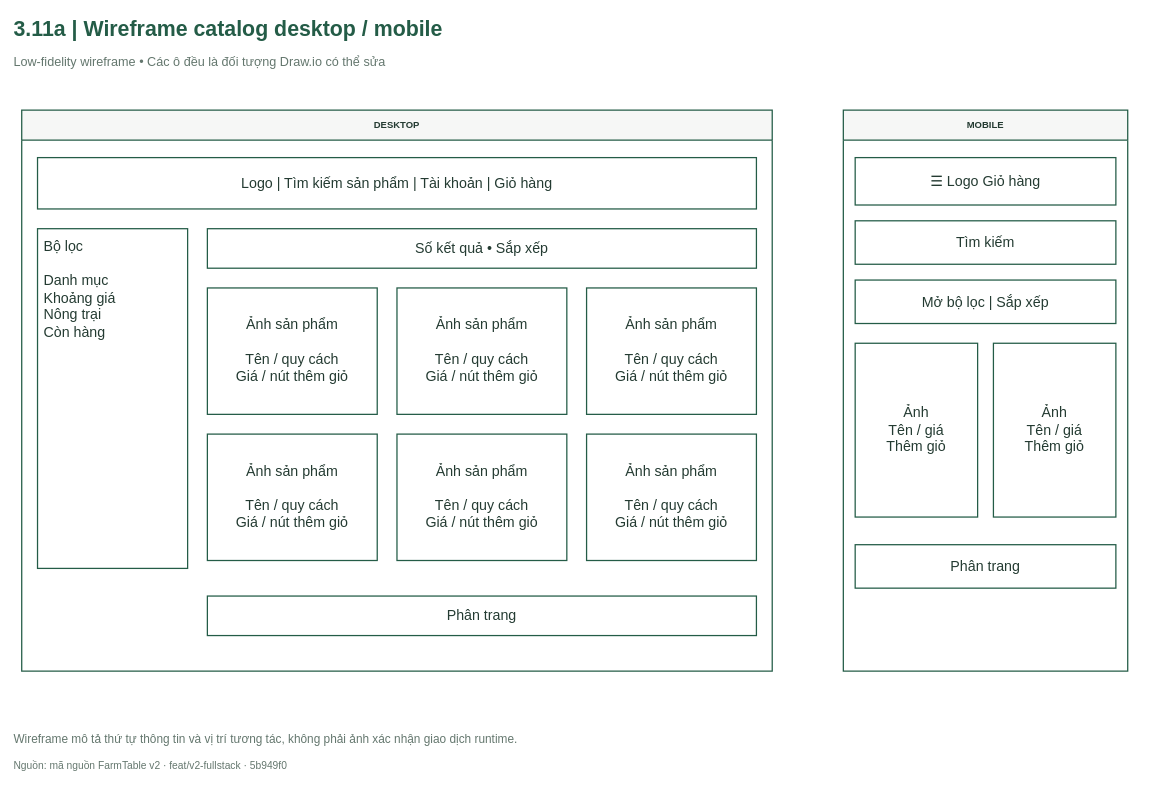
Earlier version of the draw.io diagram FarmTable_Chuong3/So_do_BA/drawio/Hinh_3_11a.drawio (hathu1272006-eng/PTWnangcao). Source tidied: cells renumbered, new cells numbered last; positions are measured from the earlier drawing's top-left corner, leaving out a move shared by most shapes. Both pictures are drawn from the tidied source at 79%, with x=0, y=0 at pixel (13, 13).
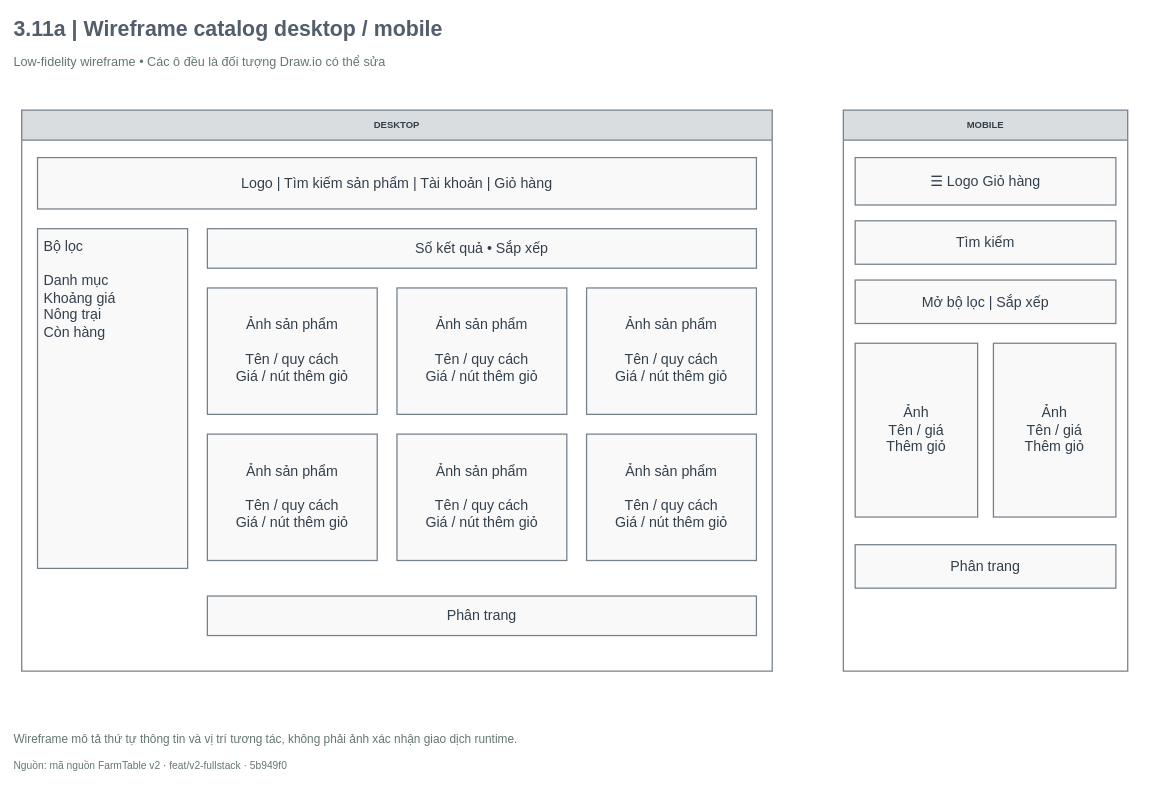
After the change.

What changed in the source:
```diff
@@
-    <mxCell id="2" value="3.11a  |  Wireframe catalog desktop / mobile" style="html=1;whiteSpace=wrap;fontFamily=Arial;fontSize=18;fontColor=#243B32;strokeColor=#245C47;strokeWidth=1.6;fillColor=#FFFFFF;spacing=8;text;strokeColor=none;fillColor=none;align=left;verticalAlign=middle;fontSize=27;fontStyle=1;fontColor=#245C47;spacing=0;" parent="1" vertex="1">
+    <mxCell id="2" value="3.11a  |  Wireframe catalog desktop / mobile" style="html=1;whiteSpace=wrap;fontFamily=Arial;fontSize=18;strokeColor=#245C47;strokeWidth=1.6;fillColor=#FFFFFF;spacing=8;text;strokeColor=none;fillColor=none;align=left;verticalAlign=middle;fontSize=27;fontStyle=1;spacing=0;fontColor=#525E6B;" parent="1" vertex="1">
       <mxGeometry width="1440" height="40" as="geometry" />
     </mxCell>
@@
-    <mxCell id="4" value="DESKTOP" style="html=1;whiteSpace=wrap;fontFamily=Arial;fontSize=18;fontColor=#243B32;strokeColor=#245C47;strokeWidth=1.6;fillColor=#FFFFFF;spacing=8;swimlane;startSize=38;horizontal=1;fillColor=#F6F7F6;fontStyle=1;" parent="1" vertex="1">
+    <mxCell id="4" value="DESKTOP" style="html=1;whiteSpace=wrap;fontFamily=Arial;fontSize=18;strokeWidth=1.6;spacing=8;swimlane;startSize=38;horizontal=1;fontStyle=1;fillColor=#DADDE0;strokeColor=#76808A;fontColor=#333F4A;swimlaneFillColor=#FFFFFF;" parent="1" vertex="1">
       <mxGeometry x="10" y="122" width="950" height="710" as="geometry" />
     </mxCell>
-    <mxCell id="5" value="MOBILE" style="html=1;whiteSpace=wrap;fontFamily=Arial;fontSize=18;fontColor=#243B32;strokeColor=#245C47;strokeWidth=1.6;fillColor=#FFFFFF;spacing=8;swimlane;startSize=38;horizontal=1;fillColor=#F6F7F6;fontStyle=1;" parent="1" vertex="1">
-      <mxGeometry x="1050" y="122" width="360" height="710" as="geometry" />
-    </mxCell>
-    <mxCell id="6" value="Logo   |   Tìm kiếm sản phẩm   |   Tài khoản   |   Giỏ hàng" style="html=1;whiteSpace=wrap;fontFamily=Arial;fontSize=18;fontColor=#243B32;strokeColor=#245C47;strokeWidth=1.6;fillColor=#FFFFFF;spacing=8;rounded=0;fillColor=#FFFFFF;" parent="4" vertex="1">
+    <mxCell id="6" value="Logo   |   Tìm kiếm sản phẩm   |   Tài khoản   |   Giỏ hàng" style="html=1;whiteSpace=wrap;fontFamily=Arial;fontSize=18;strokeWidth=1.6;spacing=8;rounded=0;fillColor=#F9F9FA;strokeColor=#76808A;fontColor=#333F4A;" parent="4" vertex="1">
       <mxGeometry x="20" y="60" width="910" height="65" as="geometry" />
     </mxCell>
-    <mxCell id="7" value="Bộ lọc&lt;br/&gt;&lt;br/&gt;Danh mục&lt;br/&gt;Khoảng giá&lt;br/&gt;Nông trại&lt;br/&gt;Còn hàng" style="html=1;whiteSpace=wrap;fontFamily=Arial;fontSize=18;fontColor=#243B32;strokeColor=#245C47;strokeWidth=1.6;fillColor=#FFFFFF;spacing=8;rounded=0;align=left;verticalAlign=top;" parent="4" vertex="1">
+    <mxCell id="7" value="Bộ lọc&lt;br/&gt;&lt;br/&gt;Danh mục&lt;br/&gt;Khoảng giá&lt;br/&gt;Nông trại&lt;br/&gt;Còn hàng" style="html=1;whiteSpace=wrap;fontFamily=Arial;fontSize=18;strokeWidth=1.6;spacing=8;rounded=0;align=left;verticalAlign=top;fillColor=#F9F9FA;strokeColor=#76808A;fontColor=#333F4A;" parent="4" vertex="1">
       <mxGeometry x="20" y="150" width="190" height="430" as="geometry" />
     </mxCell>
-    <mxCell id="8" value="Số kết quả  •  Sắp xếp" style="html=1;whiteSpace=wrap;fontFamily=Arial;fontSize=18;fontColor=#243B32;strokeColor=#245C47;strokeWidth=1.6;fillColor=#FFFFFF;spacing=8;rounded=0;" parent="4" vertex="1">
+    <mxCell id="8" value="Số kết quả  •  Sắp xếp" style="html=1;whiteSpace=wrap;fontFamily=Arial;fontSize=18;strokeWidth=1.6;spacing=8;rounded=0;fillColor=#F9F9FA;strokeColor=#76808A;fontColor=#333F4A;" parent="4" vertex="1">
       <mxGeometry x="235" y="150" width="695" height="50" as="geometry" />
     </mxCell>
-    <mxCell id="9" value="Ảnh sản phẩm&lt;br/&gt;&lt;br/&gt;Tên / quy cách&lt;br/&gt;Giá / nút thêm giỏ" style="html=1;whiteSpace=wrap;fontFamily=Arial;fontSize=18;fontColor=#243B32;strokeColor=#245C47;strokeWidth=1.6;fillColor=#FFFFFF;spacing=8;rounded=0;fillColor=#FFFFFF;" parent="4" vertex="1">
+    <mxCell id="9" value="Ảnh sản phẩm&lt;br/&gt;&lt;br/&gt;Tên / quy cách&lt;br/&gt;Giá / nút thêm giỏ" style="html=1;whiteSpace=wrap;fontFamily=Arial;fontSize=18;strokeWidth=1.6;spacing=8;rounded=0;fillColor=#F9F9FA;strokeColor=#76808A;fontColor=#333F4A;" parent="4" vertex="1">
       <mxGeometry x="235" y="225" width="215" height="160" as="geometry" />
     </mxCell>
-    <mxCell id="10" value="Ảnh sản phẩm&lt;br/&gt;&lt;br/&gt;Tên / quy cách&lt;br/&gt;Giá / nút thêm giỏ" style="html=1;whiteSpace=wrap;fontFamily=Arial;fontSize=18;fontColor=#243B32;strokeColor=#245C47;strokeWidth=1.6;fillColor=#FFFFFF;spacing=8;rounded=0;fillColor=#FFFFFF;" parent="4" vertex="1">
+    <mxCell id="10" value="Ảnh sản phẩm&lt;br/&gt;&lt;br/&gt;Tên / quy cách&lt;br/&gt;Giá / nút thêm giỏ" style="html=1;whiteSpace=wrap;fontFamily=Arial;fontSize=18;strokeWidth=1.6;spacing=8;rounded=0;fillColor=#F9F9FA;strokeColor=#76808A;fontColor=#333F4A;" parent="4" vertex="1">
       <mxGeometry x="475" y="225" width="215" height="160" as="geometry" />
     </mxCell>
-    <mxCell id="11" value="Ảnh sản phẩm&lt;br/&gt;&lt;br/&gt;Tên / quy cách&lt;br/&gt;Giá / nút thêm giỏ" style="html=1;whiteSpace=wrap;fontFamily=Arial;fontSize=18;fontColor=#243B32;strokeColor=#245C47;strokeWidth=1.6;fillColor=#FFFFFF;spacing=8;rounded=0;fillColor=#FFFFFF;" parent="4" vertex="1">
+    <mxCell id="11" value="Ảnh sản phẩm&lt;br/&gt;&lt;br/&gt;Tên / quy cách&lt;br/&gt;Giá / nút thêm giỏ" style="html=1;whiteSpace=wrap;fontFamily=Arial;fontSize=18;strokeWidth=1.6;spacing=8;rounded=0;fillColor=#F9F9FA;strokeColor=#76808A;fontColor=#333F4A;" parent="4" vertex="1">
       <mxGeometry x="715" y="225" width="215" height="160" as="geometry" />
     </mxCell>
-    <mxCell id="12" value="Ảnh sản phẩm&lt;br/&gt;&lt;br/&gt;Tên / quy cách&lt;br/&gt;Giá / nút thêm giỏ" style="html=1;whiteSpace=wrap;fontFamily=Arial;fontSize=18;fontColor=#243B32;strokeColor=#245C47;strokeWidth=1.6;fillColor=#FFFFFF;spacing=8;rounded=0;fillColor=#FFFFFF;" parent="4" vertex="1">
+    <mxCell id="12" value="Ảnh sản phẩm&lt;br/&gt;&lt;br/&gt;Tên / quy cách&lt;br/&gt;Giá / nút thêm giỏ" style="html=1;whiteSpace=wrap;fontFamily=Arial;fontSize=18;strokeWidth=1.6;spacing=8;rounded=0;fillColor=#F9F9FA;strokeColor=#76808A;fontColor=#333F4A;" parent="4" vertex="1">
       <mxGeometry x="235" y="410" width="215" height="160" as="geometry" />
     </mxCell>
-    <mxCell id="13" value="Ảnh sản phẩm&lt;br/&gt;&lt;br/&gt;Tên / quy cách&lt;br/&gt;Giá / nút thêm giỏ" style="html=1;whiteSpace=wrap;fontFamily=Arial;fontSize=18;fontColor=#243B32;strokeColor=#245C47;strokeWidth=1.6;fillColor=#FFFFFF;spacing=8;rounded=0;fillColor=#FFFFFF;" parent="4" vertex="1">
+    <mxCell id="13" value="Ảnh sản phẩm&lt;br/&gt;&lt;br/&gt;Tên / quy cách&lt;br/&gt;Giá / nút thêm giỏ" style="html=1;whiteSpace=wrap;fontFamily=Arial;fontSize=18;strokeWidth=1.6;spacing=8;rounded=0;fillColor=#F9F9FA;strokeColor=#76808A;fontColor=#333F4A;" parent="4" vertex="1">
       <mxGeometry x="475" y="410" width="215" height="160" as="geometry" />
     </mxCell>
-    <mxCell id="14" value="Ảnh sản phẩm&lt;br/&gt;&lt;br/&gt;Tên / quy cách&lt;br/&gt;Giá / nút thêm giỏ" style="html=1;whiteSpace=wrap;fontFamily=Arial;fontSize=18;fontColor=#243B32;strokeColor=#245C47;strokeWidth=1.6;fillColor=#FFFFFF;spacing=8;rounded=0;fillColor=#FFFFFF;" parent="4" vertex="1">
+    <mxCell id="14" value="Ảnh sản phẩm&lt;br/&gt;&lt;br/&gt;Tên / quy cách&lt;br/&gt;Giá / nút thêm giỏ" style="html=1;whiteSpace=wrap;fontFamily=Arial;fontSize=18;strokeWidth=1.6;spacing=8;rounded=0;fillColor=#F9F9FA;strokeColor=#76808A;fontColor=#333F4A;" parent="4" vertex="1">
       <mxGeometry x="715" y="410" width="215" height="160" as="geometry" />
     </mxCell>
-    <mxCell id="15" value="Phân trang" style="html=1;whiteSpace=wrap;fontFamily=Arial;fontSize=18;fontColor=#243B32;strokeColor=#245C47;strokeWidth=1.6;fillColor=#FFFFFF;spacing=8;rounded=0;" parent="4" vertex="1">
+    <mxCell id="15" value="Phân trang" style="html=1;whiteSpace=wrap;fontFamily=Arial;fontSize=18;strokeWidth=1.6;spacing=8;rounded=0;fillColor=#F9F9FA;strokeColor=#76808A;fontColor=#333F4A;" parent="4" vertex="1">
       <mxGeometry x="235" y="615" width="695" height="50" as="geometry" />
     </mxCell>
+    <mxCell id="5" value="MOBILE" style="html=1;whiteSpace=wrap;fontFamily=Arial;fontSize=18;strokeWidth=1.6;spacing=8;swimlane;startSize=38;horizontal=1;fontStyle=1;fillColor=#DADDE0;strokeColor=#76808A;fontColor=#333F4A;swimlaneFillColor=#FFFFFF;" parent="1" vertex="1">
+      <mxGeometry x="1050" y="122" width="360" height="710" as="geometry" />
+    </mxCell>
-    <mxCell id="16" value="☰    Logo    Giỏ hàng" style="html=1;whiteSpace=wrap;fontFamily=Arial;fontSize=18;fontColor=#243B32;strokeColor=#245C47;strokeWidth=1.6;fillColor=#FFFFFF;spacing=8;rounded=0;fillColor=#FFFFFF;" parent="5" vertex="1">
+    <mxCell id="16" value="☰    Logo    Giỏ hàng" style="html=1;whiteSpace=wrap;fontFamily=Arial;fontSize=18;strokeWidth=1.6;spacing=8;rounded=0;fillColor=#F9F9FA;strokeColor=#76808A;fontColor=#333F4A;" parent="5" vertex="1">
       <mxGeometry x="15" y="60" width="330" height="60" as="geometry" />
     </mxCell>
-    <mxCell id="17" value="Tìm kiếm" style="html=1;whiteSpace=wrap;fontFamily=Arial;fontSize=18;fontColor=#243B32;strokeColor=#245C47;strokeWidth=1.6;fillColor=#FFFFFF;spacing=8;rounded=0;fillColor=#FFFFFF;" parent="5" vertex="1">
+    <mxCell id="17" value="Tìm kiếm" style="html=1;whiteSpace=wrap;fontFamily=Arial;fontSize=18;strokeWidth=1.6;spacing=8;rounded=0;fillColor=#F9F9FA;strokeColor=#76808A;fontColor=#333F4A;" parent="5" vertex="1">
       <mxGeometry x="15" y="140" width="330" height="55" as="geometry" />
     </mxCell>
-    <mxCell id="18" value="Mở bộ lọc  |  Sắp xếp" style="html=1;whiteSpace=wrap;fontFamily=Arial;fontSize=18;fontColor=#243B32;strokeColor=#245C47;strokeWidth=1.6;fillColor=#FFFFFF;spacing=8;rounded=0;fillColor=#FFFFFF;" parent="5" vertex="1">
+    <mxCell id="18" value="Mở bộ lọc  |  Sắp xếp" style="html=1;whiteSpace=wrap;fontFamily=Arial;fontSize=18;strokeWidth=1.6;spacing=8;rounded=0;fillColor=#F9F9FA;strokeColor=#76808A;fontColor=#333F4A;" parent="5" vertex="1">
       <mxGeometry x="15" y="215" width="330" height="55" as="geometry" />
     </mxCell>
-    <mxCell id="19" value="Ảnh&lt;br/&gt;Tên / giá&lt;br/&gt;Thêm giỏ" style="html=1;whiteSpace=wrap;fontFamily=Arial;fontSize=18;fontColor=#243B32;strokeColor=#245C47;strokeWidth=1.6;fillColor=#FFFFFF;spacing=8;rounded=0;fillColor=#FFFFFF;" parent="5" vertex="1">
+    <mxCell id="19" value="Ảnh&lt;br/&gt;Tên / giá&lt;br/&gt;Thêm giỏ" style="html=1;whiteSpace=wrap;fontFamily=Arial;fontSize=18;strokeWidth=1.6;spacing=8;rounded=0;fillColor=#F9F9FA;strokeColor=#76808A;fontColor=#333F4A;" parent="5" vertex="1">
       <mxGeometry x="15" y="295" width="155" height="220" as="geometry" />
     </mxCell>
-    <mxCell id="20" value="Ảnh&lt;br/&gt;Tên / giá&lt;br/&gt;Thêm giỏ" style="html=1;whiteSpace=wrap;fontFamily=Arial;fontSize=18;fontColor=#243B32;strokeColor=#245C47;strokeWidth=1.6;fillColor=#FFFFFF;spacing=8;rounded=0;fillColor=#FFFFFF;" parent="5" vertex="1">
+    <mxCell id="20" value="Ảnh&lt;br/&gt;Tên / giá&lt;br/&gt;Thêm giỏ" style="html=1;whiteSpace=wrap;fontFamily=Arial;fontSize=18;strokeWidth=1.6;spacing=8;rounded=0;fillColor=#F9F9FA;strokeColor=#76808A;fontColor=#333F4A;" parent="5" vertex="1">
       <mxGeometry x="190" y="295" width="155" height="220" as="geometry" />
     </mxCell>
-    <mxCell id="21" value="Phân trang" style="html=1;whiteSpace=wrap;fontFamily=Arial;fontSize=18;fontColor=#243B32;strokeColor=#245C47;strokeWidth=1.6;fillColor=#FFFFFF;spacing=8;rounded=0;fillColor=#FFFFFF;" parent="5" vertex="1">
+    <mxCell id="21" value="Phân trang" style="html=1;whiteSpace=wrap;fontFamily=Arial;fontSize=18;strokeWidth=1.6;spacing=8;rounded=0;fillColor=#F9F9FA;strokeColor=#76808A;fontColor=#333F4A;" parent="5" vertex="1">
       <mxGeometry x="15" y="550" width="330" height="55" as="geometry" />
     </mxCell>
```
